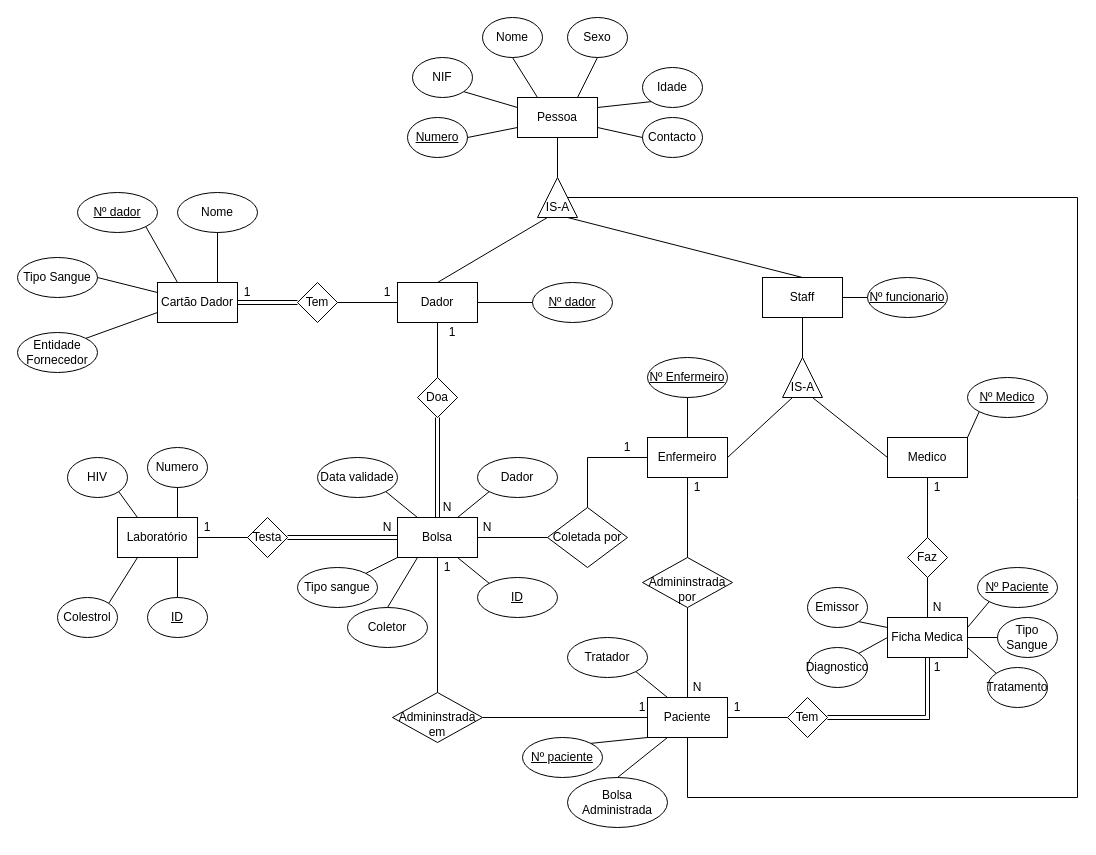
Earlier version of the draw.io diagram Relatorio&Diagramas/PROJ_BD_FINAL.drawio (luisbfsousa/SanguePlus). Source tidied: cells renumbered, new cells numbered last; positions are measured from the earlier drawing's top-left corner, leaving out a move shared by most shapes. Both pictures are drawn from the tidied source at 100%, with x=0, y=0 at pixel (17, 17).
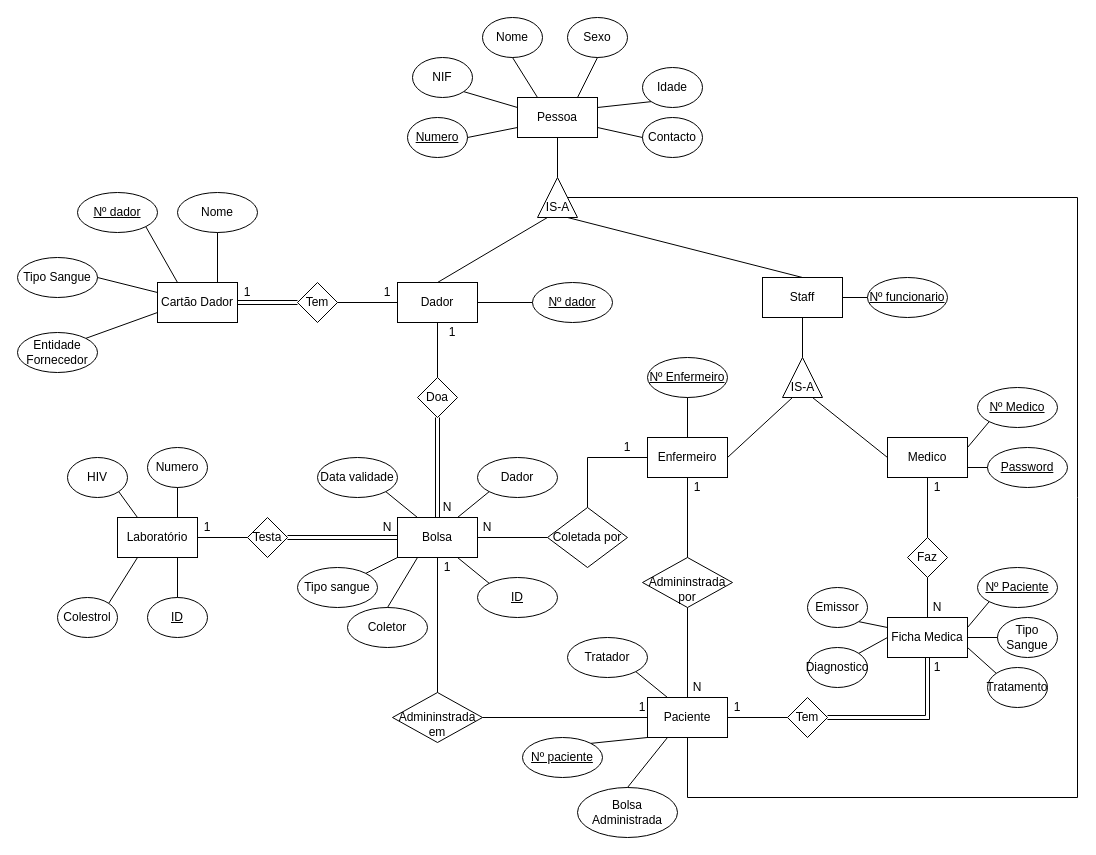
The same diagram, later.

The change refers to these unchanged cells:
```xml
<mxCell id="9" value="Medico" style="rounded=0;whiteSpace=wrap;html=1;" parent="1" vertex="1">
  <mxGeometry x="870" y="420" width="80" height="40" as="geometry" />
</mxCell>
```

What changed in the source:
```diff
@@
     <mxCell id="106" value="&lt;u&gt;Nº Medico&lt;/u&gt;" style="ellipse;whiteSpace=wrap;html=1;" parent="1" vertex="1">
-      <mxGeometry x="950" y="360" width="80" height="40" as="geometry" />
+      <mxGeometry x="960" y="370" width="80" height="40" as="geometry" />
     </mxCell>
@@
-    <mxCell id="108" style="edgeStyle=none;rounded=0;jettySize=auto;html=1;entryX=1;entryY=0;entryDx=0;entryDy=0;endArrow=none;endFill=0;exitX=0;exitY=1;exitDx=0;exitDy=0;" parent="1" edge="1" source="106" target="9">
+    <mxCell id="108" style="edgeStyle=none;rounded=0;jettySize=auto;html=1;entryX=1;entryY=0.25;entryDx=0;entryDy=0;endArrow=none;endFill=0;exitX=0;exitY=1;exitDx=0;exitDy=0;" parent="1" edge="1" source="106" target="9">
       <mxGeometry relative="1" as="geometry" />
     </mxCell>
@@
     <mxCell id="120" value="Bolsa&lt;div&gt;Administrada&lt;/div&gt;" style="ellipse;whiteSpace=wrap;html=1;" parent="1" vertex="1">
-      <mxGeometry x="550" y="760" width="100" height="50" as="geometry" />
+      <mxGeometry x="560" y="770" width="100" height="50" as="geometry" />
     </mxCell>
@@
+    <mxCell id="125" value="&lt;u&gt;Password&lt;/u&gt;" style="ellipse;whiteSpace=wrap;html=1;" parent="1" vertex="1">
+      <mxGeometry x="970" y="430" width="80" height="40" as="geometry" />
+    </mxCell>
+    <mxCell id="126" style="edgeStyle=none;rounded=0;jettySize=auto;html=1;entryX=1;entryY=0.75;entryDx=0;entryDy=0;endArrow=none;endFill=0;exitX=0;exitY=0.5;exitDx=0;exitDy=0;" parent="1" edge="1" source="125" target="9">
+      <mxGeometry relative="1" as="geometry" />
+    </mxCell>
```
